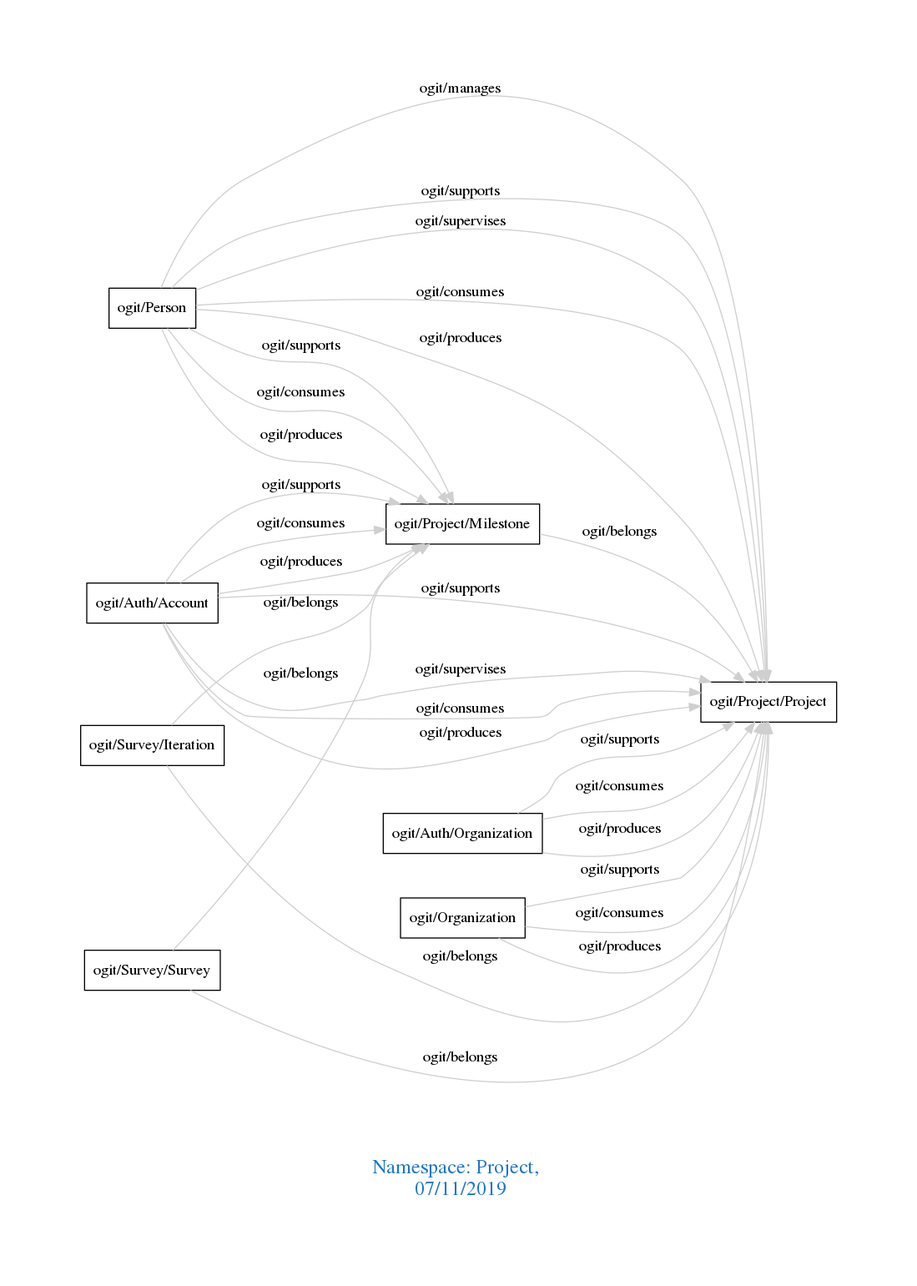
The Graphviz diagram downloads/Project.png in arago/OGIT, before a commit. Its source is kept beside it as downloads/Project.dot.
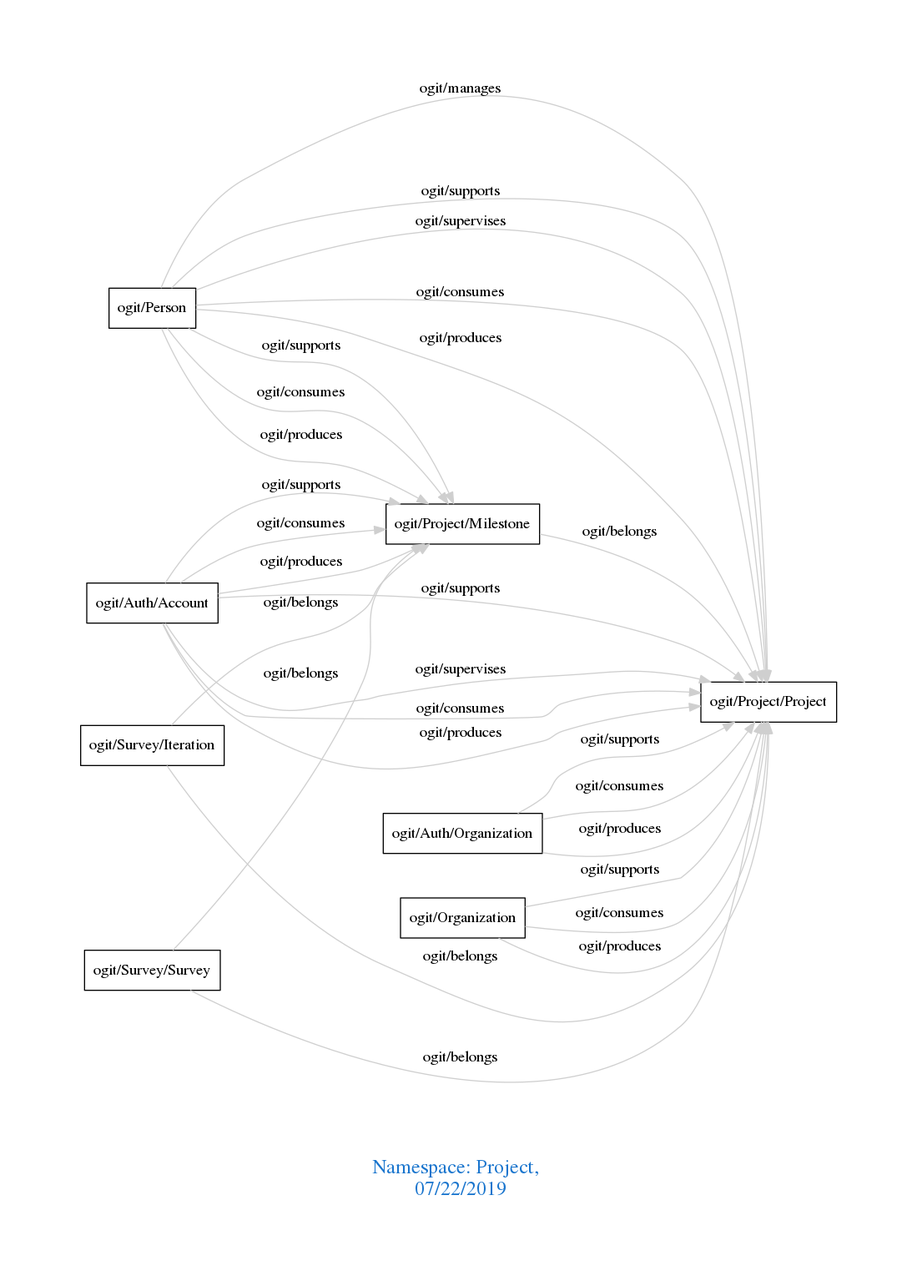
After the commit.

Change to the diagram source:
```diff
@@ -1,7 +1,7 @@
 digraph OGIT_ontology {
  graph [ rankdir= LR,pad=1
 fontsize = 18,
-fontcolor= dodgerblue3,label = "\n\n\nNamespace: Project, \n 07/11/2019"];
+fontcolor= dodgerblue3,label = "\n\n\nNamespace: Project, \n 07/22/2019"];
 node[shape=polygon];
 edge [  color="gray81"];
 
```
